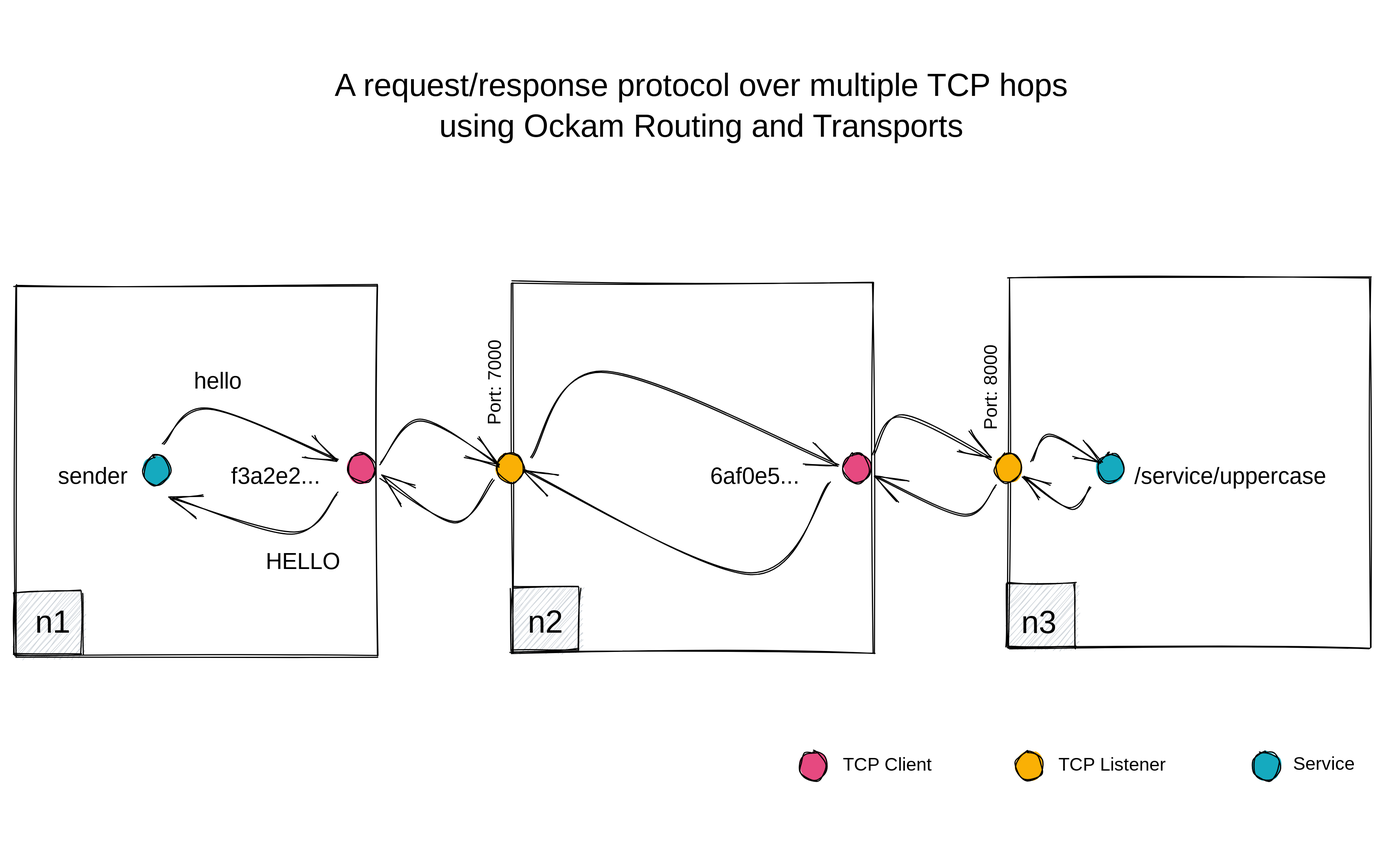
The Excalidraw diagram .gitbook/assets/file.excalidraw (1).svg in build-trust/ockam-documentation, before a commit. Source tidied: one line per element, renumbered; positions are measured from the earlier drawing's top-left corner, leaving out a move shared by most shapes.
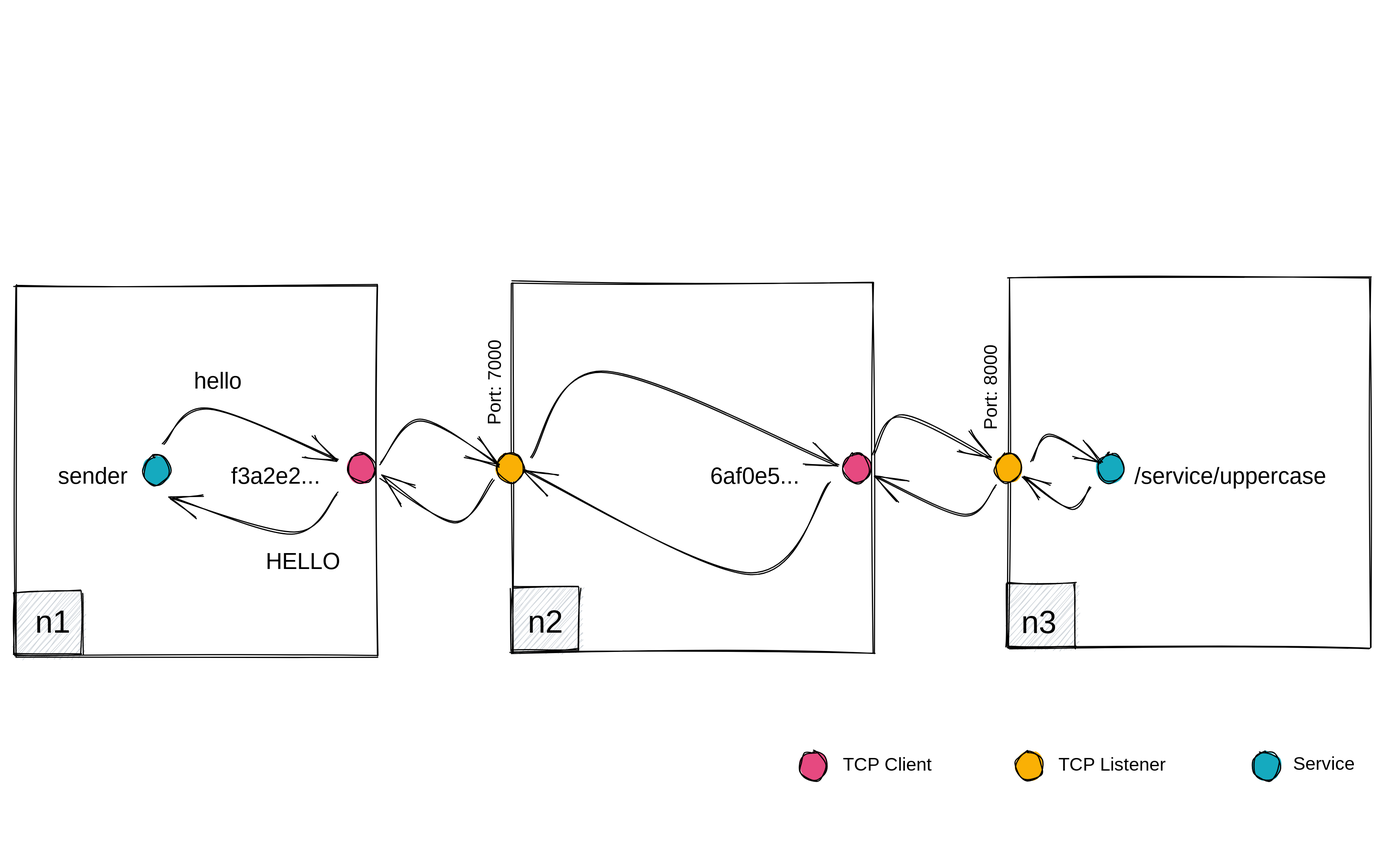
Later version of the same file.

Commit message:
GITBOOK-1027: change request with no subject merged in GitBook

What changed in the source:
```diff
@@ -35,7 +35,6 @@
 {"id": 34, "type": "text", "text": "hello", "strokeColor": "#000000", "strokeWidth": 1, "roughness": 1, "fontSize": 20, "fontFamily": 1, "x": 160, "y": 312, "width": 44, "height": 25}
 {"id": 35, "type": "text", "text": "HELLO", "strokeColor": "#000000", "strokeWidth": 1, "roughness": 1, "fontSize": 20, "fontFamily": 1, "x": 223, "y": 470, "width": 65, "height": 25}
 {"id": 36, "type": "text", "text": "rr", "strokeColor": "transparent", "strokeWidth": 1, "roughness": 1, "fontSize": 20, "fontFamily": 1, "x": 494, "y": 57, "width": 19, "height": 25}
-{"id": 37, "type": "text", "text": "A request/response protocol over multiple TCP hops\nusing Ockam Routing and Transports", "strokeColor": "#000000", "strokeWidth": 1, "roughness": 1, "fontSize": 28, "fontFamily": 1, "textAlign": "center", "x": 242, "y": 48, "width": 722, "height": 71}
 {"id": 38, "type": "text", "text": "f3a2e2...", "strokeColor": "#000000", "strokeWidth": 1, "roughness": 1, "fontSize": 20, "fontFamily": 1, "x": 192, "y": 395, "width": 95, "height": 25}
 {"id": 39, "type": "text", "text": "6af0e5...", "strokeColor": "#000000", "strokeWidth": 1, "roughness": 1, "fontSize": 20, "fontFamily": 1, "x": 611, "y": 395, "width": 91, "height": 25}
 {"id": 40, "type": "ellipse", "strokeColor": "#000000", "backgroundColor": "#15aabf", "fillStyle": "solid", "strokeWidth": 1, "roughness": 1, "round": true, "x": 115, "y": 389, "width": 23, "height": 25}
```
